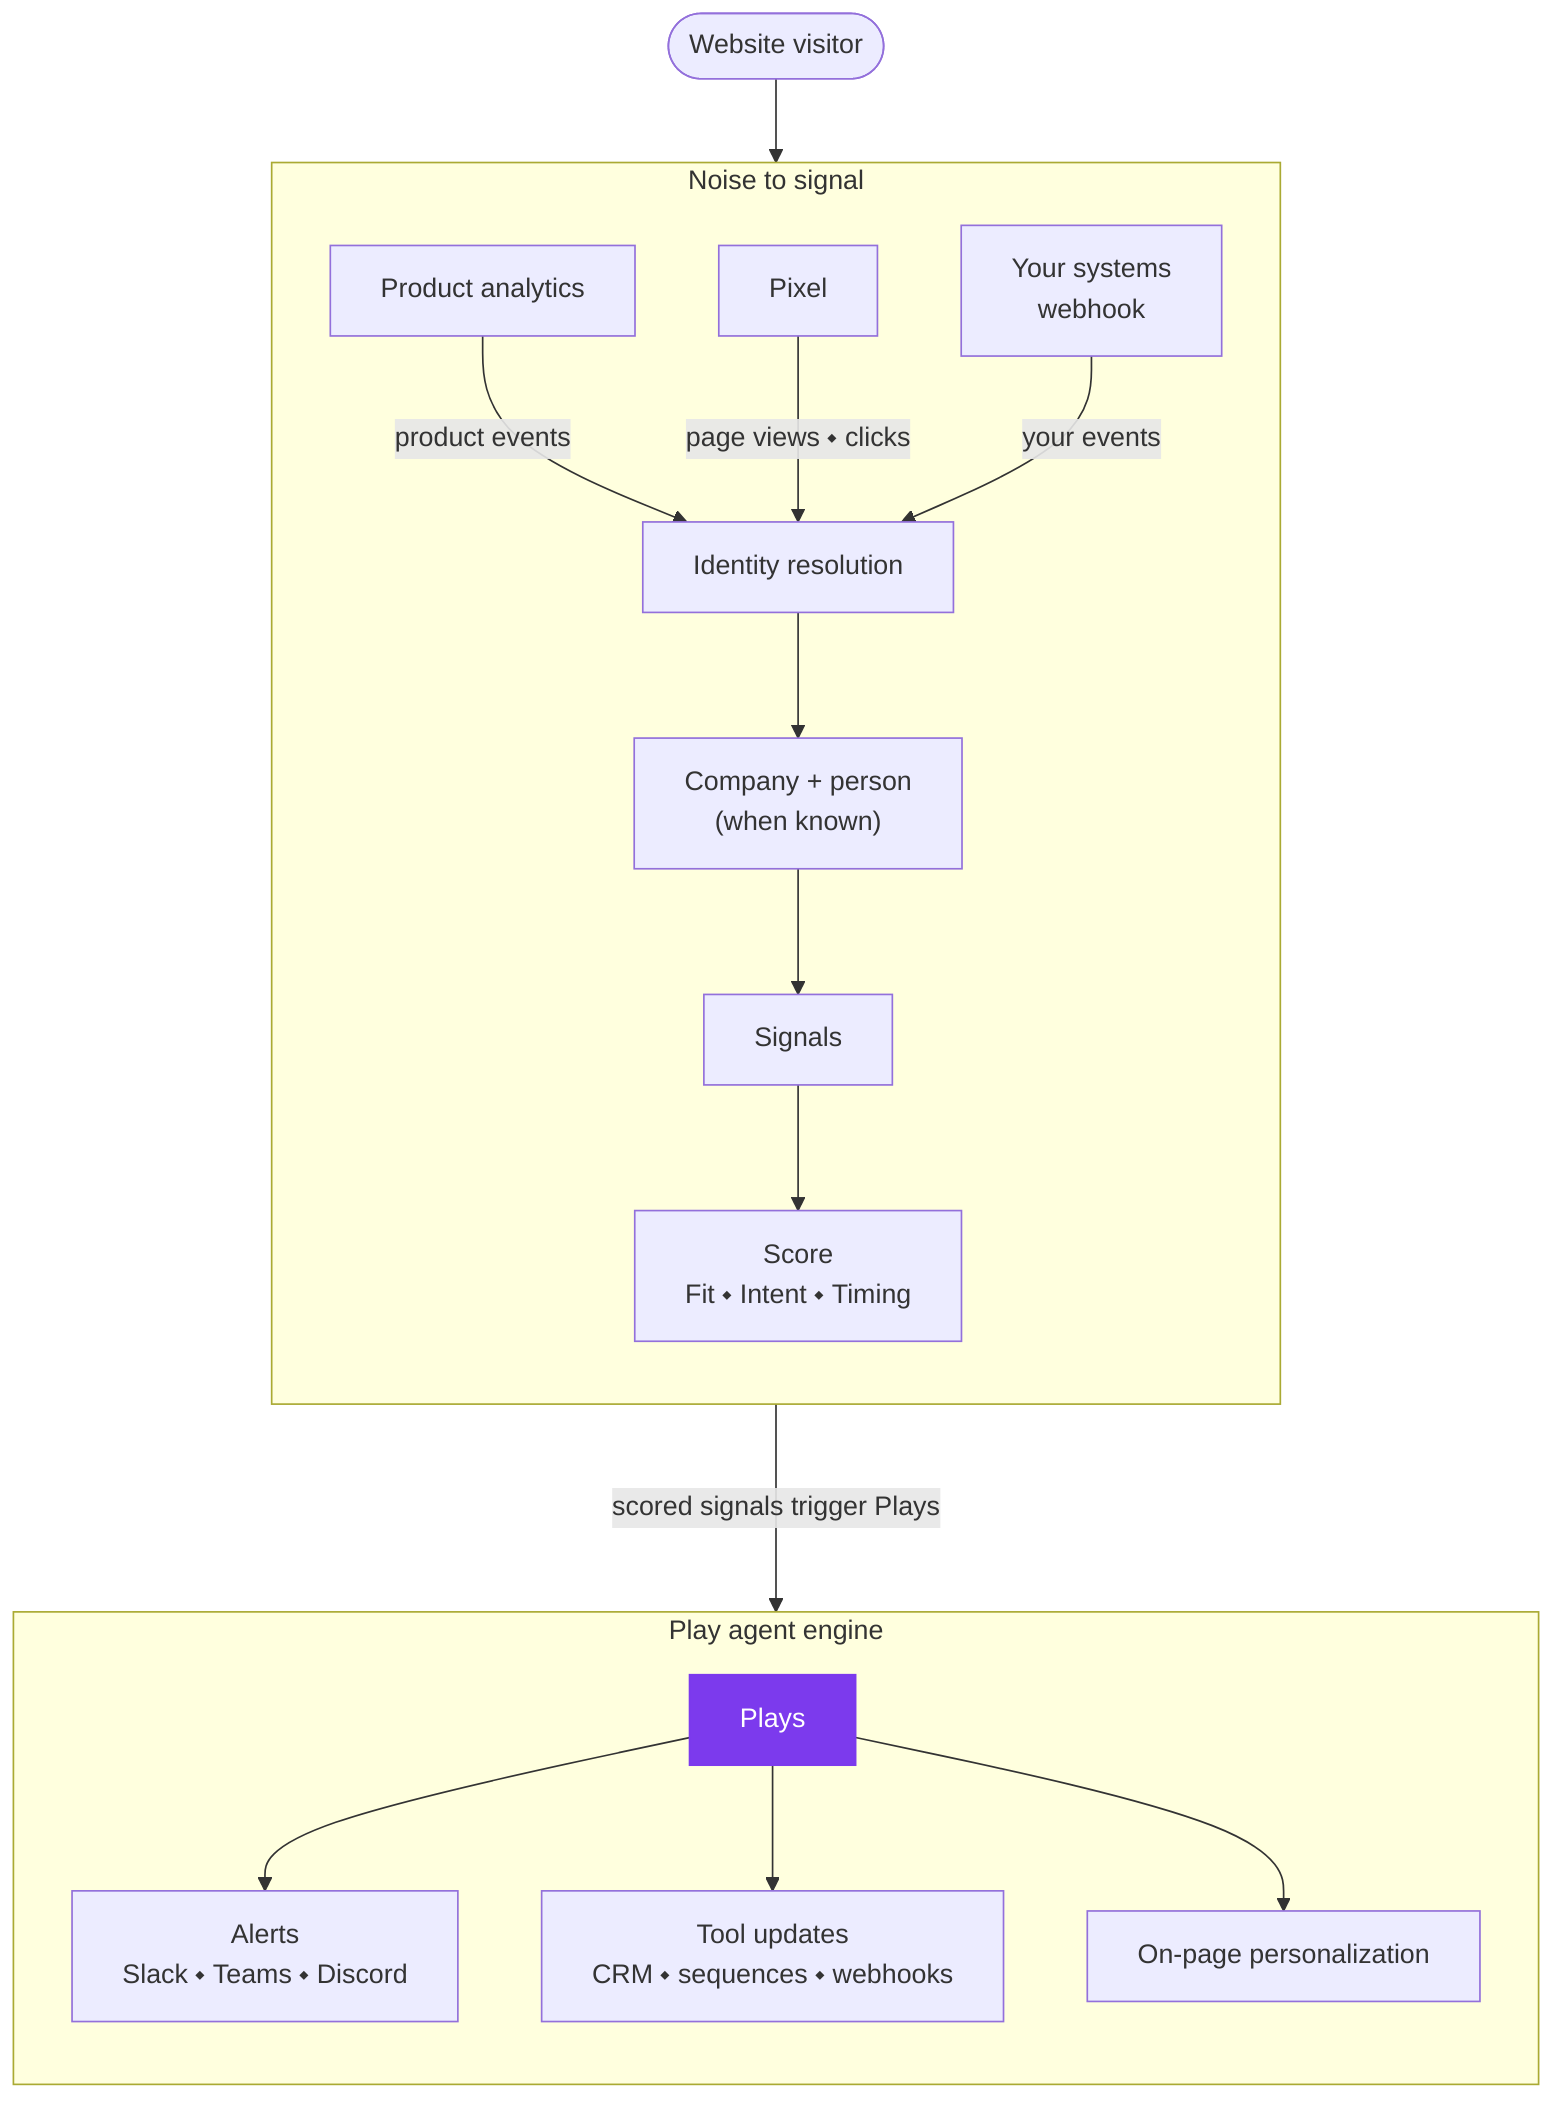
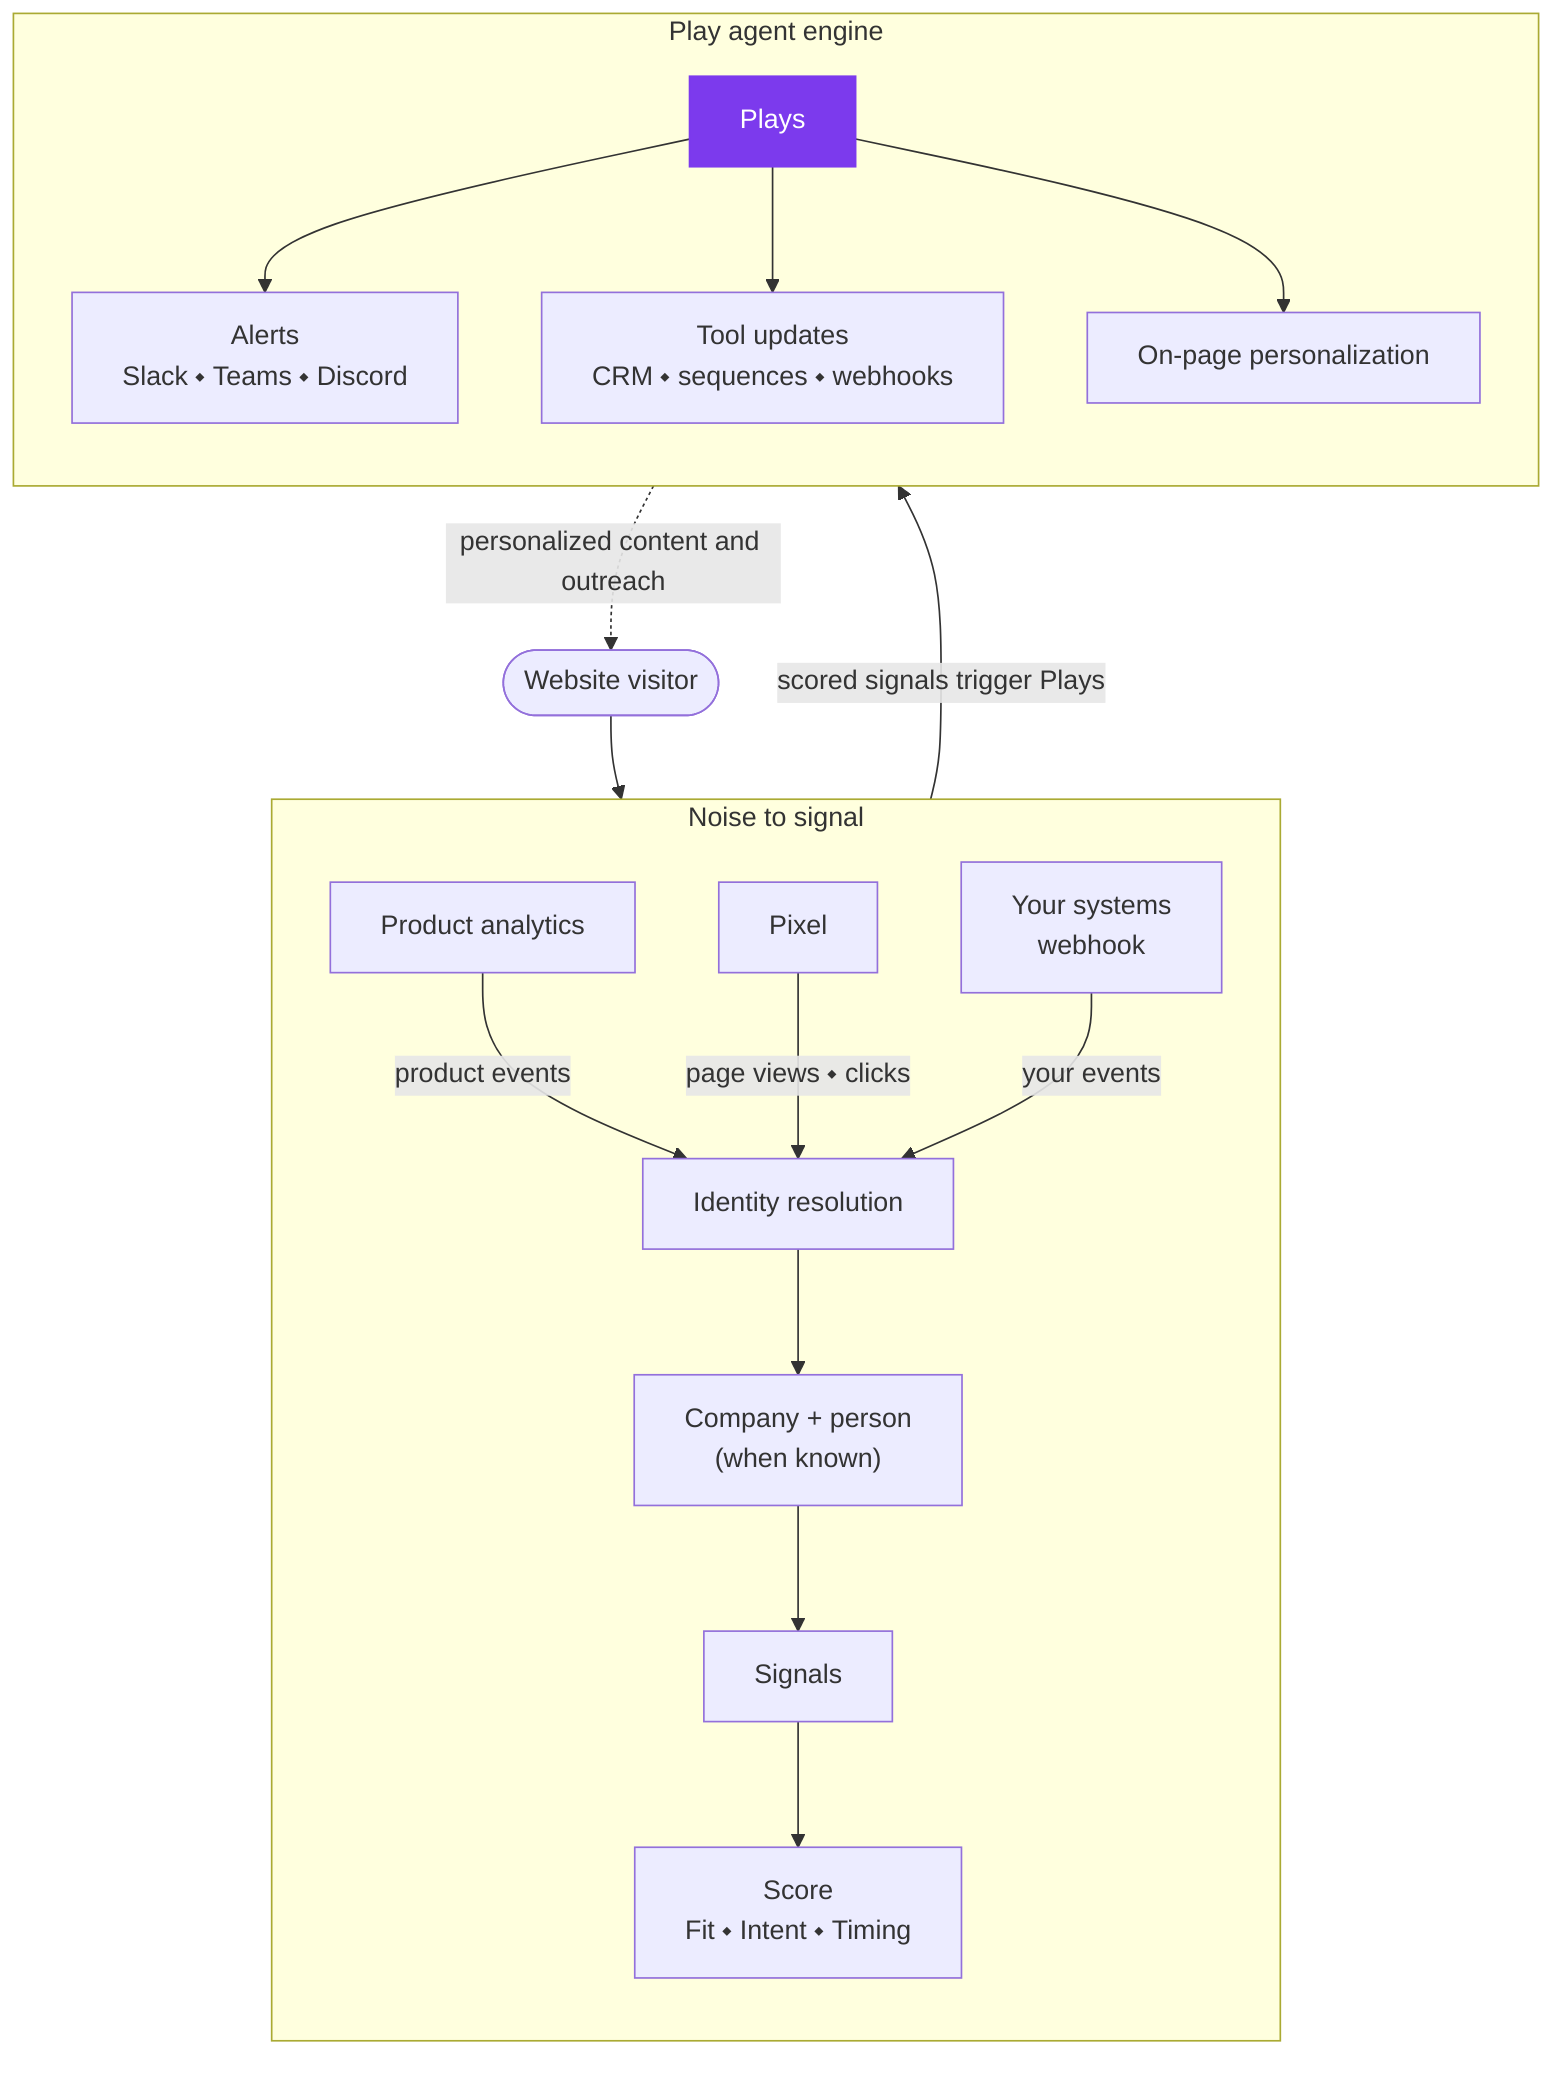
flowchart TB
    V([Website visitor]) --> P
    subgraph NS ["Noise to signal"]
        direction TB
        PH[Product analytics] -->|"product events"| ID[Identity resolution]
        P[Pixel] -->|"page views ⬩ clicks"| ID
        WH[Your systems<br/>webhook] -->|"your events"| ID
        ID --> CO["Company + person<br/>(when known)"]
        CO --> S[Signals]
        S --> SC["Score<br/>Fit&nbsp;⬩&nbsp;Intent&nbsp;⬩&nbsp;Timing"]
    end
    subgraph PE ["Play agent engine"]
        direction TB
        PL[Plays]:::accent --> O1["Alerts<br/>Slack&nbsp;⬩&nbsp;Teams&nbsp;⬩&nbsp;Discord"]
        PL --> O2["Tool updates<br/>CRM&nbsp;⬩&nbsp;sequences&nbsp;⬩&nbsp;webhooks"]
        PL --> O3["On-page personalization"]
    end
    SC --->|"scored signals trigger Plays"| PL
+     PE -.->|"personalized content and outreach"| V
    classDef accent fill:#7C3AED,stroke:#7C3AED,color:#FFFFFF
